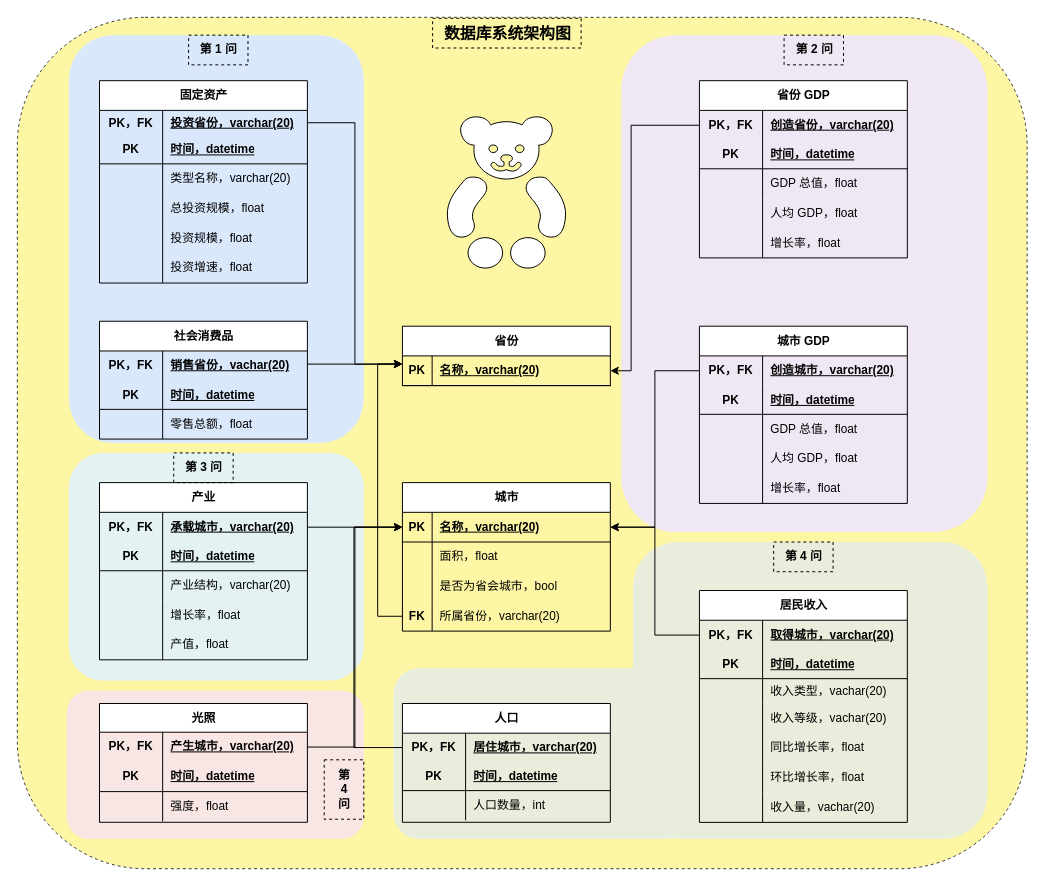
Before: page "第 2 页" (2 of 2) of ER_Charts/total.drawio in li-zane/SQLHomeWork, a draw.io diagram. Source tidied: cells renumbered, new cells numbered last; positions are measured from the earlier drawing's top-left corner, leaving out a move shared by most shapes. Both pictures are drawn from the tidied source at 99%, with x=0, y=0 at pixel (17, 17).
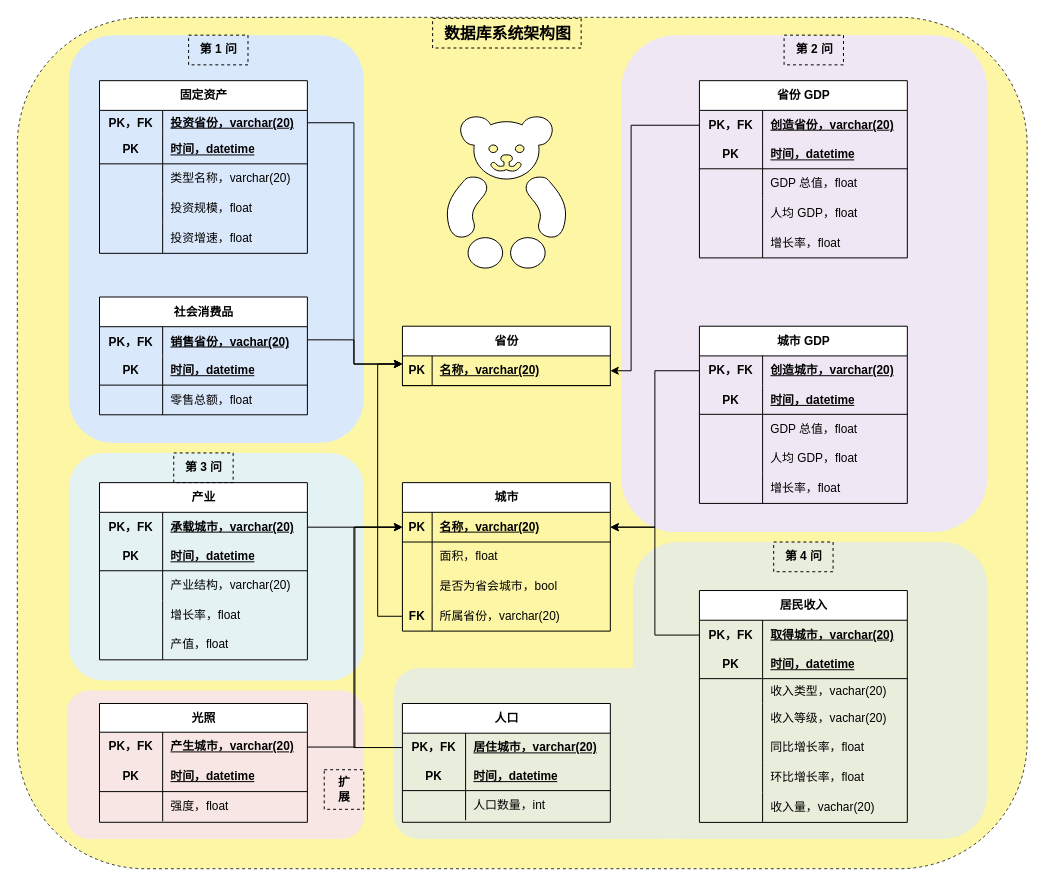
The same diagram, later.

The change refers to these unchanged cells:
```xml
<mxCell id="24" style="shape=tableRow;horizontal=0;startSize=0;swimlaneHead=0;swimlaneBody=0;fillColor=none;points=[[0,0.5],[1,0.5]];portConstraint=eastwest;top=0;left=0;right=0;bottom=1;" parent="23" vertex="1">
  <mxGeometry y="30" width="210" height="30" as="geometry" />
</mxCell>
<mxCell id="56" style="shape=tableRow;horizontal=0;startSize=0;swimlaneHead=0;swimlaneBody=0;fillColor=none;points=[[0,0.5],[1,0.5]];portConstraint=eastwest;top=0;left=0;right=0;bottom=0;" parent="55" vertex="1">
  <mxGeometry y="30" width="210" height="30" as="geometry" />
</mxCell>
<mxCell id="66" style="shape=tableRow;horizontal=0;startSize=0;swimlaneHead=0;swimlaneBody=0;fillColor=none;points=[[0,0.5],[1,0.5]];portConstraint=eastwest;top=0;left=0;right=0;bottom=0;" parent="65" vertex="1">
  <mxGeometry y="30" width="210" height="25" as="geometry" />
</mxCell>
```

Diff of the diagram source:
```diff
@@
     <mxCell id="55" value="社会消费品" style="shape=table;startSize=30;childLayout=tableLayout;rowLines=0;fontStyle=1;align=center;html=1;" parent="1" vertex="1">
-      <mxGeometry x="83" y="307" width="210" height="119" as="geometry" />
+      <mxGeometry x="83" y="282.5" width="210" height="119" as="geometry" />
     </mxCell>
@@
     <mxCell id="65" value="固定资产" style="shape=table;startSize=30;childLayout=tableLayout;rowLines=0;fontStyle=1;align=center;html=1;" parent="1" vertex="1">
-      <mxGeometry x="83" y="64" width="210" height="204.4" as="geometry" />
+      <mxGeometry x="83" y="64" width="210" height="174.4" as="geometry" />
     </mxCell>
@@
-    <mxCell id="75" style="shape=tableRow;horizontal=0;startSize=0;swimlaneHead=0;swimlaneBody=0;fillColor=none;top=0;left=0;right=0;bottom=0;" parent="65" vertex="1">
-      <mxGeometry y="114" width="210" height="30" as="geometry" />
-    </mxCell>
-    <mxCell id="76" style="shape=partialRectangle;fillColor=none;top=0;left=0;bottom=0;right=0;overflow=hidden;whiteSpace=wrap;html=1;" parent="75" vertex="1">
-      <mxGeometry width="63.8" height="30" as="geometry" />
-    </mxCell>
-    <mxCell id="77" value="总投资规模，float" style="shape=partialRectangle;fillColor=none;top=0;left=0;bottom=0;right=0;align=left;spacingLeft=6;overflow=hidden;whiteSpace=wrap;html=1;" parent="75" vertex="1">
-      <mxGeometry x="63.8" width="146.2" height="30" as="geometry" />
-    </mxCell>
     <mxCell id="78" style="shape=tableRow;horizontal=0;startSize=0;swimlaneHead=0;swimlaneBody=0;fillColor=none;top=0;left=0;right=0;bottom=0;" parent="65" vertex="1">
-      <mxGeometry y="144" width="210" height="30" as="geometry" />
+      <mxGeometry y="114" width="210" height="30" as="geometry" />
     </mxCell>
@@
     <mxCell id="81" style="shape=tableRow;horizontal=0;startSize=0;swimlaneHead=0;swimlaneBody=0;fillColor=none;top=0;left=0;right=0;bottom=0;" parent="65" vertex="1">
-      <mxGeometry y="174" width="210" height="30" as="geometry" />
+      <mxGeometry y="144" width="210" height="30" as="geometry" />
     </mxCell>
@@
     <mxCell id="150" style="edgeStyle=orthogonalEdgeStyle;rounded=0;jettySize=auto;html=1;exitX=1;exitY=0.442;exitDx=0;exitDy=0;exitPerimeter=0;" parent="1" edge="1" source="56">
       <mxGeometry relative="1" as="geometry">
         <mxPoint x="389" y="350" as="targetPoint" />
+        <Array as="points">
+          <mxPoint x="340" y="326" />
+          <mxPoint x="340" y="350" />
+        </Array>
       </mxGeometry>
     </mxCell>
     <mxCell id="151" style="edgeStyle=orthogonalEdgeStyle;rounded=0;jettySize=auto;html=1;exitX=1;exitY=0.5;exitDx=0;exitDy=0;entryX=-0.001;entryY=0.281;entryDx=0;entryDy=0;entryPerimeter=0;" parent="1" edge="1" source="66" target="24">
-      <mxGeometry relative="1" as="geometry" />
+      <mxGeometry relative="1" as="geometry">
+        <Array as="points">
+          <mxPoint x="340" y="107" />
+          <mxPoint x="340" y="350" />
+        </Array>
+      </mxGeometry>
     </mxCell>
@@
-    <mxCell id="161" value="第&lt;div&gt;4&lt;/div&gt;&lt;div&gt;问&lt;/div&gt;" style="text;html=1;align=center;verticalAlign=middle;strokeColor=default;fillColor=none;rounded=0;fontStyle=1;shadow=0;dashed=1;" parent="1" vertex="1">
-      <mxGeometry x="310" y="750" width="40" height="60" as="geometry" />
+    <mxCell id="161" value="扩&lt;div&gt;展&lt;/div&gt;" style="text;html=1;align=center;verticalAlign=middle;strokeColor=default;fillColor=none;rounded=0;fontStyle=1;shadow=0;dashed=1;" parent="1" vertex="1">
+      <mxGeometry x="310" y="760" width="40" height="40" as="geometry" />
     </mxCell>
```
